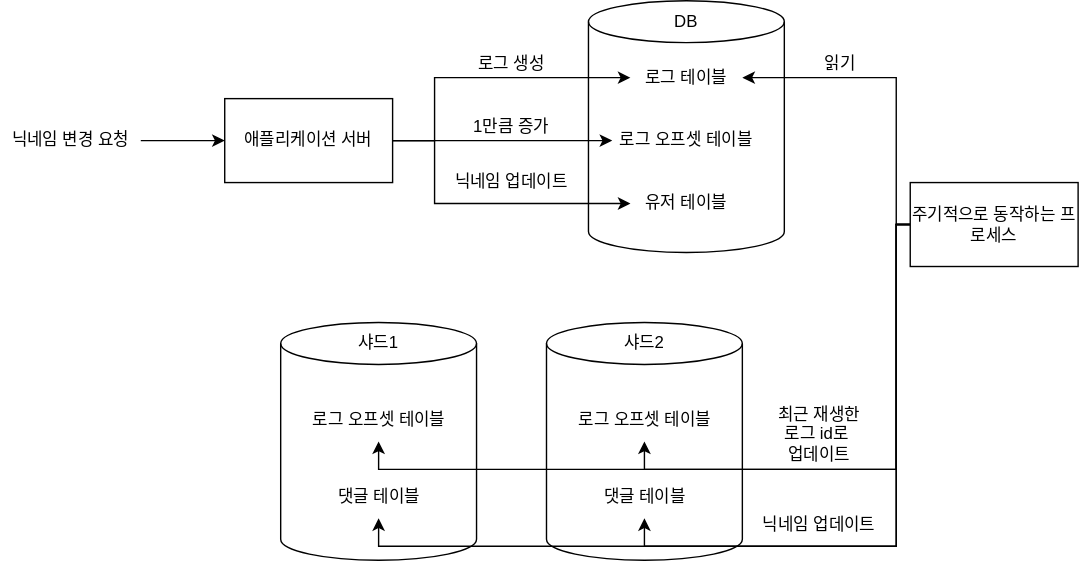
HubTea/MyMediaLibrary keeps this draw.io diagram as comment sharding.drawio.svg. Above is the earlier version. Source tidied: cells renumbered, new cells last; positions are measured from the earlier drawing's top-left corner, leaving out a move shared by most shapes.
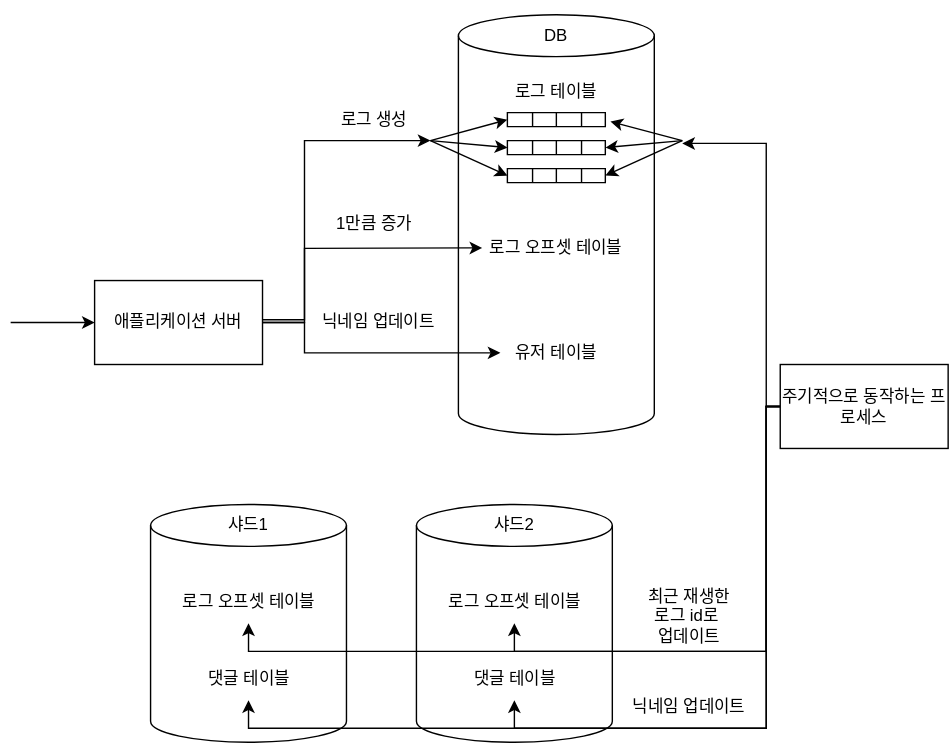
The same file after the commit.

Commit message:
댓글 샤딩 설명 이미지 수정

댓글 로그 테이블을 여러 개의 큐로 표현했다.

Change to the diagram source:
```diff
@@ -17,71 +17,112 @@
     <mxCell id="6" style="shape=cylinder3;whiteSpace=wrap;html=1;boundedLbl=1;backgroundOutline=1;size=15;" parent="1" vertex="1">
       <mxGeometry x="390" y="230" width="140" height="170" as="geometry" />
     </mxCell>
-    <mxCell id="7" style="group;" parent="1" vertex="1">
-      <mxGeometry x="420" width="140" height="180" as="geometry" />
-    </mxCell>
-    <mxCell id="8" style="shape=cylinder3;whiteSpace=wrap;html=1;boundedLbl=1;backgroundOutline=1;size=15;" parent="7" vertex="1">
-      <mxGeometry width="140" height="180" as="geometry" />
-    </mxCell>
+    <mxCell id="34" style="group;" parent="1" vertex="1">
+      <mxGeometry x="420" y="-120" width="140" height="300" as="geometry" />
+    </mxCell>
+    <mxCell id="35" style="shape=cylinder3;whiteSpace=wrap;html=1;boundedLbl=1;backgroundOutline=1;size=15;" parent="34" vertex="1">
+      <mxGeometry width="140" height="300" as="geometry" />
+    </mxCell>
-    <mxCell id="9" value="로그 오프셋 테이블" style="text;html=1;align=center;verticalAlign=middle;whiteSpace=wrap;rounded=0;" parent="7" vertex="1">
-      <mxGeometry x="17" y="85" width="106" height="30" as="geometry" />
+    <mxCell id="9" value="로그 오프셋 테이블" style="text;html=1;align=center;verticalAlign=middle;whiteSpace=wrap;rounded=0;" parent="34" vertex="1">
+      <mxGeometry x="17" y="141.7" width="106" height="50" as="geometry" />
     </mxCell>
-    <mxCell id="10" value="로그 테이블" style="text;html=1;align=center;verticalAlign=middle;whiteSpace=wrap;rounded=0;" parent="7" vertex="1">
-      <mxGeometry x="30" y="40" width="80" height="30" as="geometry" />
-    </mxCell>
-    <mxCell id="11" value="유저 테이블" style="text;html=1;align=center;verticalAlign=middle;whiteSpace=wrap;rounded=0;" parent="7" vertex="1">
-      <mxGeometry x="30" y="130" width="80" height="30" as="geometry" />
+    <mxCell id="11" value="유저 테이블" style="text;html=1;align=center;verticalAlign=middle;whiteSpace=wrap;rounded=0;" parent="34" vertex="1">
+      <mxGeometry x="30" y="216.7" width="80" height="50" as="geometry" />
     </mxCell>
-    <mxCell id="12" value="DB" style="text;html=1;align=center;verticalAlign=middle;whiteSpace=wrap;rounded=0;" parent="7" vertex="1">
-      <mxGeometry x="40" width="60" height="30" as="geometry" />
+    <mxCell id="12" value="DB" style="text;html=1;align=center;verticalAlign=middle;whiteSpace=wrap;rounded=0;" parent="34" vertex="1">
+      <mxGeometry x="40" y="-10" width="60" height="50" as="geometry" />
     </mxCell>
-    <mxCell id="13" style="edgeStyle=orthogonalEdgeStyle;rounded=0;jettySize=auto;html=1;exitX=1;exitY=0.5;exitDx=0;exitDy=0;entryX=0;entryY=0.5;entryDx=0;entryDy=0;" parent="1" edge="1" source="15" target="10">
-      <mxGeometry relative="1" as="geometry">
-        <Array as="points">
-          <mxPoint x="310" y="100" />
-          <mxPoint x="310" y="55" />
-        </Array>
-      </mxGeometry>
-    </mxCell>
+    <mxCell id="36" style="shape=table;startSize=0;" parent="34" vertex="1">
+      <mxGeometry x="35" y="70" width="70" height="10" as="geometry" />
+    </mxCell>
+    <mxCell id="37" style="shape=tableRow;horizontal=0;startSize=0;swimlaneHead=0;swimlaneBody=0;strokeColor=inherit;top=0;left=0;bottom=0;right=0;fillColor=none;points=[[0,0.5],[1,0.5]];portConstraint=eastwest;" parent="36" vertex="1">
+      <mxGeometry width="70" height="10" as="geometry" />
+    </mxCell>
+    <mxCell id="38" style="shape=partialRectangle;html=1;whiteSpace=wrap;strokeColor=inherit;overflow=hidden;fillColor=none;top=0;left=0;bottom=0;right=0;" parent="37" vertex="1">
+      <mxGeometry width="18" height="10" as="geometry" />
+    </mxCell>
+    <mxCell id="39" style="shape=partialRectangle;html=1;whiteSpace=wrap;strokeColor=inherit;overflow=hidden;fillColor=none;top=0;left=0;bottom=0;right=0;" parent="37" vertex="1">
+      <mxGeometry x="18" width="17" height="10" as="geometry" />
+    </mxCell>
+    <mxCell id="40" style="shape=partialRectangle;html=1;whiteSpace=wrap;strokeColor=inherit;overflow=hidden;fillColor=none;top=0;left=0;bottom=0;right=0;" parent="37" vertex="1">
+      <mxGeometry x="35" width="18" height="10" as="geometry" />
+    </mxCell>
+    <mxCell id="41" style="shape=partialRectangle;html=1;whiteSpace=wrap;strokeColor=inherit;overflow=hidden;fillColor=none;top=0;left=0;bottom=0;right=0;" parent="37" vertex="1">
+      <mxGeometry x="53" width="17" height="10" as="geometry" />
+    </mxCell>
+    <mxCell id="42" style="shape=table;startSize=0;" parent="34" vertex="1">
+      <mxGeometry x="35" y="90" width="70" height="10" as="geometry" />
+    </mxCell>
+    <mxCell id="43" style="shape=tableRow;horizontal=0;startSize=0;swimlaneHead=0;swimlaneBody=0;strokeColor=inherit;top=0;left=0;bottom=0;right=0;fillColor=none;points=[[0,0.5],[1,0.5]];portConstraint=eastwest;" parent="42" vertex="1">
+      <mxGeometry width="70" height="10" as="geometry" />
+    </mxCell>
+    <mxCell id="44" style="shape=partialRectangle;html=1;whiteSpace=wrap;strokeColor=inherit;overflow=hidden;fillColor=none;top=0;left=0;bottom=0;right=0;" parent="43" vertex="1">
+      <mxGeometry width="18" height="10" as="geometry" />
+    </mxCell>
+    <mxCell id="45" style="shape=partialRectangle;html=1;whiteSpace=wrap;strokeColor=inherit;overflow=hidden;fillColor=none;top=0;left=0;bottom=0;right=0;" parent="43" vertex="1">
+      <mxGeometry x="18" width="17" height="10" as="geometry" />
+    </mxCell>
+    <mxCell id="46" style="shape=partialRectangle;html=1;whiteSpace=wrap;strokeColor=inherit;overflow=hidden;fillColor=none;top=0;left=0;bottom=0;right=0;" parent="43" vertex="1">
+      <mxGeometry x="35" width="18" height="10" as="geometry" />
+    </mxCell>
+    <mxCell id="47" style="shape=partialRectangle;html=1;whiteSpace=wrap;strokeColor=inherit;overflow=hidden;fillColor=none;top=0;left=0;bottom=0;right=0;" parent="43" vertex="1">
+      <mxGeometry x="53" width="17" height="10" as="geometry" />
+    </mxCell>
+    <mxCell id="10" value="로그 테이블" style="text;html=1;align=center;verticalAlign=middle;whiteSpace=wrap;rounded=0;" parent="34" vertex="1">
+      <mxGeometry x="35" y="40" width="70" height="30" as="geometry" />
+    </mxCell>
+    <mxCell id="48" style="edgeStyle=orthogonalEdgeStyle;rounded=0;orthogonalLoop=1;jettySize=auto;html=1;exitX=1;exitY=0.5;exitDx=0;exitDy=0;" parent="1" edge="1">
+      <mxGeometry relative="1" as="geometry">
+        <mxPoint x="280" y="98" as="sourcePoint" />
+        <mxPoint x="400" y="-30" as="targetPoint" />
+        <Array as="points">
+          <mxPoint x="310" y="98" />
+          <mxPoint x="310" y="-30" />
+        </Array>
+      </mxGeometry>
+    </mxCell>
     <mxCell id="14" style="edgeStyle=orthogonalEdgeStyle;rounded=0;jettySize=auto;html=1;exitX=1;exitY=0.5;exitDx=0;exitDy=0;entryX=0;entryY=0.5;entryDx=0;entryDy=0;" parent="1" edge="1" source="15" target="11">
       <mxGeometry relative="1" as="geometry">
         <Array as="points">
           <mxPoint x="310" y="100" />
-          <mxPoint x="310" y="145" />
+          <mxPoint x="310" y="122" />
         </Array>
       </mxGeometry>
     </mxCell>
     <mxCell id="15" value="애플리케이션 서버" style="rounded=0;whiteSpace=wrap;html=1;" parent="1" vertex="1">
       <mxGeometry x="160" y="70" width="120" height="60" as="geometry" />
     </mxCell>
-    <mxCell id="16" style="endArrow=classic;html=1;rounded=0;entryX=0;entryY=0.5;entryDx=0;entryDy=0;" parent="1" edge="1" target="15">
-      <mxGeometry relative="1" as="geometry">
-        <mxPoint x="100" y="100" as="sourcePoint" />
-      </mxGeometry>
-    </mxCell>
-    <mxCell id="17" value="닉네임 변경 요청" style="text;html=1;align=center;verticalAlign=middle;whiteSpace=wrap;rounded=0;" parent="1" vertex="1">
-      <mxGeometry y="85" width="100" height="30" as="geometry" />
-    </mxCell>
+    <mxCell id="49" style="endArrow=classic;html=1;rounded=0;entryX=0;entryY=0.5;entryDx=0;entryDy=0;" parent="1" edge="1" target="15">
+      <mxGeometry relative="1" as="geometry">
+        <mxPoint x="100" y="100" as="sourcePoint" />
+      </mxGeometry>
+    </mxCell>
     <mxCell id="18" style="endArrow=classic;html=1;rounded=0;exitX=1;exitY=0.5;exitDx=0;exitDy=0;entryX=0;entryY=0.5;entryDx=0;entryDy=0;" parent="1" edge="1" source="15" target="9">
-      <mxGeometry relative="1" as="geometry" />
+      <mxGeometry relative="1" as="geometry">
+        <Array as="points">
+          <mxPoint x="310" y="100" />
+          <mxPoint x="310" y="47" />
+        </Array>
+      </mxGeometry>
     </mxCell>
     <mxCell id="19" value="로그 생성" style="text;html=1;align=center;verticalAlign=middle;whiteSpace=wrap;rounded=0;" parent="1" vertex="1">
-      <mxGeometry x="335" y="30" width="60" height="30" as="geometry" />
+      <mxGeometry x="330" y="-60" width="60" height="30" as="geometry" />
     </mxCell>
     <mxCell id="20" value="1만큼 증가" style="text;html=1;align=center;verticalAlign=middle;whiteSpace=wrap;rounded=0;" parent="1" vertex="1">
-      <mxGeometry x="335" y="75" width="60" height="30" as="geometry" />
+      <mxGeometry x="330" y="15" width="60" height="30" as="geometry" />
     </mxCell>
     <mxCell id="21" value="닉네임 업데이트" style="text;html=1;align=center;verticalAlign=middle;whiteSpace=wrap;rounded=0;" parent="1" vertex="1">
-      <mxGeometry x="320" y="115" width="90" height="30" as="geometry" />
+      <mxGeometry x="317.5" y="85" width="90" height="30" as="geometry" />
     </mxCell>
-    <mxCell id="22" style="edgeStyle=orthogonalEdgeStyle;rounded=0;jettySize=auto;html=1;exitX=0;exitY=0.5;exitDx=0;exitDy=0;entryX=1;entryY=0.5;entryDx=0;entryDy=0;" parent="1" edge="1" source="27" target="10">
-      <mxGeometry relative="1" as="geometry">
-        <Array as="points">
-          <mxPoint x="640" y="160" />
-          <mxPoint x="640" y="55" />
-        </Array>
-      </mxGeometry>
-    </mxCell>
+    <mxCell id="50" style="edgeStyle=orthogonalEdgeStyle;rounded=0;jettySize=auto;html=1;exitX=0;exitY=0.5;exitDx=0;exitDy=0;" parent="1" edge="1" source="27">
+      <mxGeometry relative="1" as="geometry">
+        <mxPoint x="580" y="-28" as="targetPoint" />
+        <Array as="points">
+          <mxPoint x="640" y="160" />
+          <mxPoint x="640" y="-28" />
+        </Array>
+      </mxGeometry>
+    </mxCell>
     <mxCell id="23" style="edgeStyle=orthogonalEdgeStyle;rounded=0;jettySize=auto;html=1;exitX=0;exitY=0.5;exitDx=0;exitDy=0;entryX=0.5;entryY=1;entryDx=0;entryDy=0;" parent="1" edge="1" source="27" target="31">
       <mxGeometry relative="1" as="geometry">
         <Array as="points">
@@ -124,9 +165,6 @@
     <mxCell id="28" value="최근 재생한&lt;div&gt;&lt;span style=&quot;background-color: initial;&quot;&gt;로그 id로&amp;nbsp;&lt;/span&gt;&lt;/div&gt;&lt;div&gt;&lt;span style=&quot;background-color: initial;&quot;&gt;업데이트&lt;/span&gt;&lt;/div&gt;" style="text;html=1;align=center;verticalAlign=middle;whiteSpace=wrap;rounded=0;" parent="1" vertex="1">
       <mxGeometry x="540" y="295" width="90" height="30" as="geometry" />
     </mxCell>
-    <mxCell id="29" value="읽기" style="text;html=1;align=center;verticalAlign=middle;whiteSpace=wrap;rounded=0;" parent="1" vertex="1">
-      <mxGeometry x="570" y="30" width="60" height="30" as="geometry" />
-    </mxCell>
     <mxCell id="30" value="샤드2" style="text;html=1;align=center;verticalAlign=middle;whiteSpace=wrap;rounded=0;" parent="1" vertex="1">
       <mxGeometry x="430" y="230" width="60" height="30" as="geometry" />
     </mxCell>
@@ -139,5 +177,53 @@
     <mxCell id="33" value="닉네임 업데이트" style="text;html=1;align=center;verticalAlign=middle;whiteSpace=wrap;rounded=0;" parent="1" vertex="1">
       <mxGeometry x="540" y="360" width="90" height="30" as="geometry" />
     </mxCell>
+    <mxCell id="51" style="shape=table;startSize=0;" parent="1" vertex="1">
+      <mxGeometry x="455" y="-10" width="70" height="10" as="geometry" />
+    </mxCell>
+    <mxCell id="52" style="shape=tableRow;horizontal=0;startSize=0;swimlaneHead=0;swimlaneBody=0;strokeColor=inherit;top=0;left=0;bottom=0;right=0;fillColor=none;" parent="51" vertex="1">
+      <mxGeometry width="70" height="10" as="geometry" />
+    </mxCell>
+    <mxCell id="53" style="shape=partialRectangle;html=1;whiteSpace=wrap;strokeColor=inherit;overflow=hidden;fillColor=none;top=0;left=0;bottom=0;right=0;" parent="52" vertex="1">
+      <mxGeometry width="18" height="10" as="geometry" />
+    </mxCell>
+    <mxCell id="54" style="shape=partialRectangle;html=1;whiteSpace=wrap;strokeColor=inherit;overflow=hidden;fillColor=none;top=0;left=0;bottom=0;right=0;" parent="52" vertex="1">
+      <mxGeometry x="18" width="17" height="10" as="geometry" />
+    </mxCell>
+    <mxCell id="55" style="shape=partialRectangle;html=1;whiteSpace=wrap;strokeColor=inherit;overflow=hidden;fillColor=none;top=0;left=0;bottom=0;right=0;" parent="52" vertex="1">
+      <mxGeometry x="35" width="18" height="10" as="geometry" />
+    </mxCell>
+    <mxCell id="56" style="shape=partialRectangle;html=1;whiteSpace=wrap;strokeColor=inherit;overflow=hidden;fillColor=none;top=0;left=0;bottom=0;right=0;" parent="52" vertex="1">
+      <mxGeometry x="53" width="17" height="10" as="geometry" />
+    </mxCell>
+    <mxCell id="57" style="endArrow=classic;html=1;rounded=0;entryX=0;entryY=0.5;entryDx=0;entryDy=0;" parent="1" edge="1" target="37">
+      <mxGeometry relative="1" as="geometry">
+        <mxPoint x="400" y="-30" as="sourcePoint" />
+      </mxGeometry>
+    </mxCell>
+    <mxCell id="58" style="endArrow=classic;html=1;rounded=0;entryX=0;entryY=0.5;entryDx=0;entryDy=0;" parent="1" edge="1" target="51">
+      <mxGeometry relative="1" as="geometry">
+        <mxPoint x="400" y="-30" as="sourcePoint" />
+      </mxGeometry>
+    </mxCell>
+    <mxCell id="59" style="endArrow=classic;html=1;rounded=0;entryX=0;entryY=0.5;entryDx=0;entryDy=0;" parent="1" edge="1" target="43">
+      <mxGeometry relative="1" as="geometry">
+        <mxPoint x="400" y="-30" as="sourcePoint" />
+      </mxGeometry>
+    </mxCell>
+    <mxCell id="60" style="endArrow=classic;html=1;rounded=0;entryX=1.052;entryY=0.635;entryDx=0;entryDy=0;entryPerimeter=0;" parent="1" edge="1" target="36">
+      <mxGeometry relative="1" as="geometry">
+        <mxPoint x="580" y="-30" as="sourcePoint" />
+      </mxGeometry>
+    </mxCell>
+    <mxCell id="61" style="endArrow=classic;html=1;rounded=0;entryX=1;entryY=0.5;entryDx=0;entryDy=0;" parent="1" edge="1" target="43">
+      <mxGeometry relative="1" as="geometry">
+        <mxPoint x="580" y="-30" as="sourcePoint" />
+      </mxGeometry>
+    </mxCell>
+    <mxCell id="62" style="endArrow=classic;html=1;rounded=0;entryX=1;entryY=0.5;entryDx=0;entryDy=0;" parent="1" edge="1" target="51">
+      <mxGeometry relative="1" as="geometry">
+        <mxPoint x="580" y="-30" as="sourcePoint" />
+      </mxGeometry>
+    </mxCell>
   </root>
 </mxGraphModel>
```
